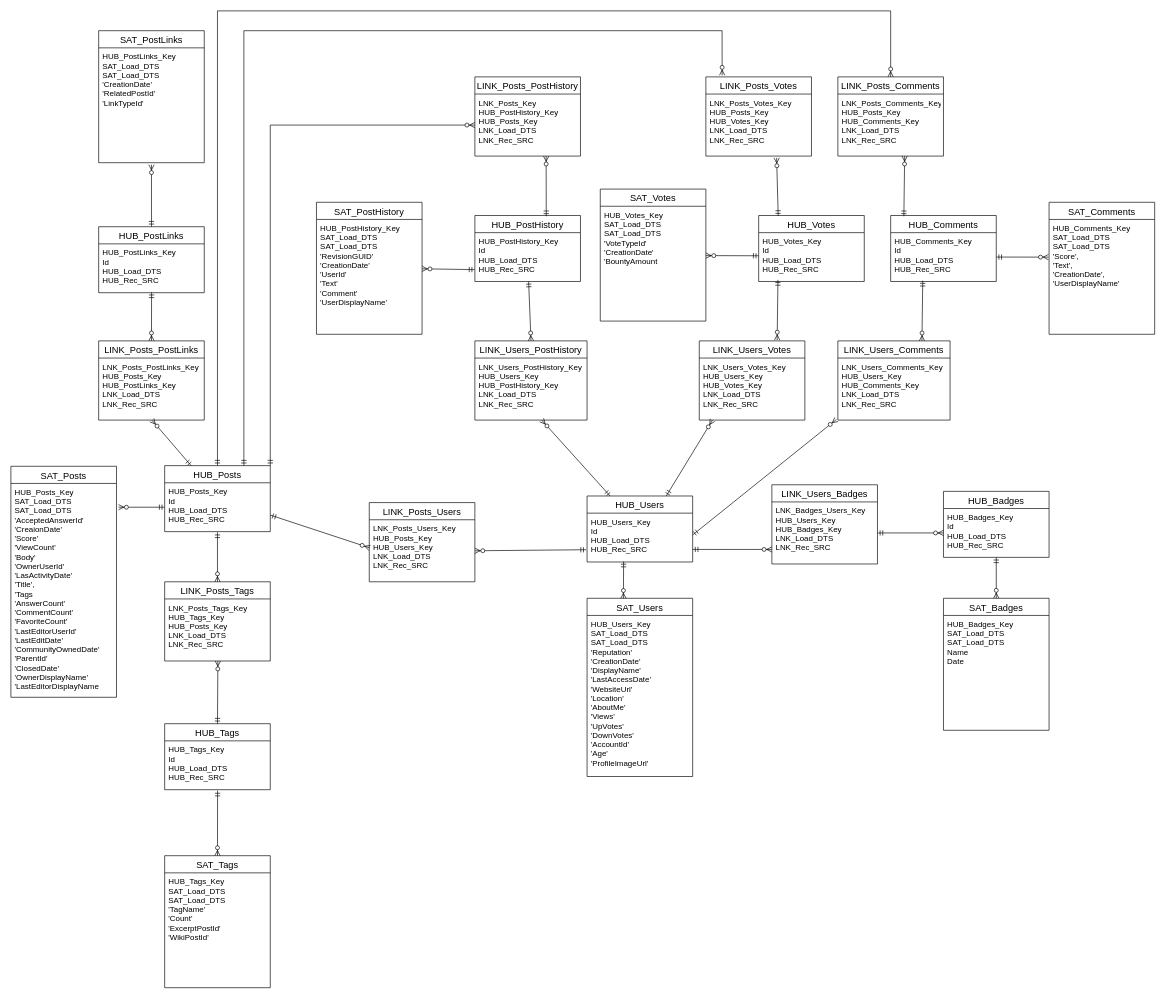
Before: DataVault.drawio in Alvesender/BI-Mini-Project, a draw.io diagram. Source tidied: cells renumbered, new cells numbered last; positions are measured from the earlier drawing's top-left corner, leaving out a move shared by most shapes. Both pictures are drawn from the tidied source at 66%, with x=0, y=0 at pixel (11, 11).
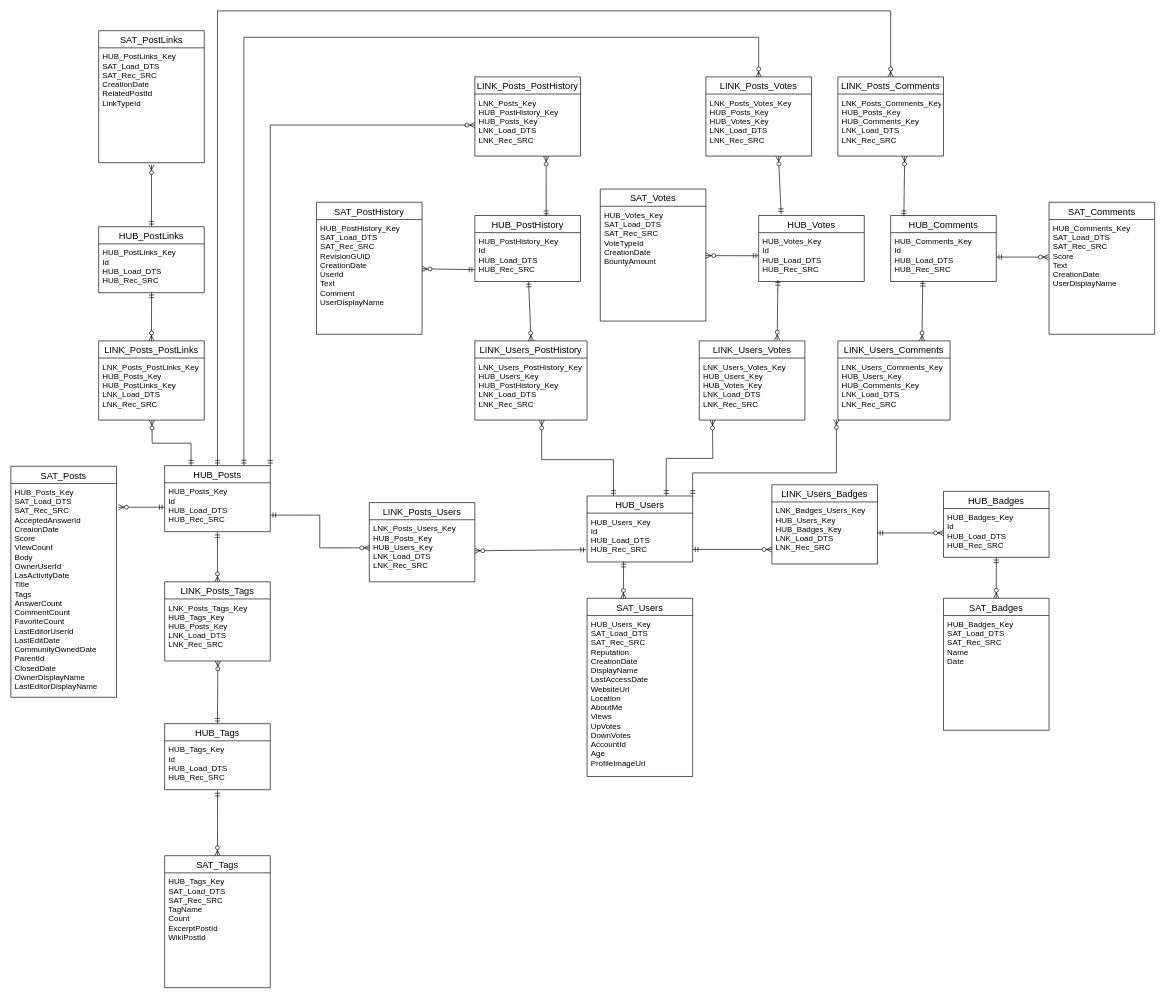
The same page after the edit.

Unchanged cells that the change refers to:
```xml
<mxCell id="8" value="HUB_Votes" style="swimlane;fontStyle=0;horizontal=1;startSize=26;align=center;fontSize=14;" parent="1" vertex="1">
  <mxGeometry x="1133" y="310" width="160" height="100" as="geometry" />
</mxCell>
<mxCell id="10" value="HUB_Users" style="swimlane;fontStyle=0;horizontal=1;startSize=26;align=center;fontSize=14;" parent="1" vertex="1">
  <mxGeometry x="873" y="735" width="160" height="100" as="geometry" />
</mxCell>
<mxCell id="14" value="HUB_Posts" style="swimlane;fontStyle=0;horizontal=1;startSize=26;align=center;fontSize=14;" parent="1" vertex="1">
  <mxGeometry x="233" y="689" width="160" height="100" as="geometry" />
</mxCell>
<mxCell id="15" value="HUB_Posts_Key&#10;Id&#10;HUB_Load_DTS&#10;HUB_Rec_SRC" style="text;strokeColor=none;fillColor=none;spacingLeft=4;spacingRight=4;overflow=hidden;points=[[0,0.5],[1,0.5]];portConstraint=eastwest;fontSize=12;" parent="14" vertex="1">
  <mxGeometry y="26" width="160" height="74" as="geometry" />
</mxCell>
<mxCell id="21" value="LNK_Posts_Users_Key&#10;HUB_Posts_Key&#10;HUB_Users_Key&#10;LNK_Load_DTS&#10;LNK_Rec_SRC" style="text;strokeColor=none;fillColor=none;spacingLeft=4;spacingRight=4;overflow=hidden;points=[[0,0.5],[1,0.5]];portConstraint=eastwest;fontSize=12;" parent="20" vertex="1">
  <mxGeometry y="26" width="160" height="94" as="geometry" />
</mxCell>
<mxCell id="25" value="LNK_Users_Comments_Key&#10;HUB_Users_Key&#10;HUB_Comments_Key&#10;LNK_Load_DTS&#10;LNK_Rec_SRC" style="text;strokeColor=none;fillColor=none;spacingLeft=4;spacingRight=4;overflow=hidden;points=[[0,0.5],[1,0.5]];portConstraint=eastwest;fontSize=12;" parent="24" vertex="1">
  <mxGeometry y="26" width="170" height="94" as="geometry" />
</mxCell>
<mxCell id="30" value="LINK_Posts_Votes" style="swimlane;fontStyle=0;horizontal=1;startSize=26;align=center;fontSize=14;" parent="1" vertex="1">
  <mxGeometry x="1053" y="100" width="160" height="120" as="geometry" />
</mxCell>
<mxCell id="31" value="LNK_Posts_Votes_Key&#10;HUB_Posts_Key&#10;HUB_Votes_Key&#10;LNK_Load_DTS&#10;LNK_Rec_SRC" style="text;strokeColor=none;fillColor=none;spacingLeft=4;spacingRight=4;overflow=hidden;points=[[0,0.5],[1,0.5]];portConstraint=eastwest;fontSize=12;" parent="30" vertex="1">
  <mxGeometry y="26" width="160" height="94" as="geometry" />
</mxCell>
<mxCell id="58" value="SAT_Votes" style="swimlane;fontStyle=0;horizontal=1;startSize=26;align=center;fontSize=14;" parent="1" vertex="1">
  <mxGeometry x="893" y="270" width="160" height="200" as="geometry" />
</mxCell>
<mxCell id="60" value="SAT_Posts" style="swimlane;fontStyle=0;horizontal=1;startSize=26;align=center;fontSize=14;" parent="1" vertex="1">
  <mxGeometry y="690" width="160" height="350" as="geometry" />
</mxCell>
<mxCell id="62" value="SAT_PostHistory" style="swimlane;fontStyle=0;horizontal=1;startSize=26;align=center;fontSize=14;" parent="1" vertex="1">
  <mxGeometry x="463" y="290" width="160" height="200" as="geometry" />
</mxCell>
<mxCell id="64" value="SAT_PostLinks" style="swimlane;fontStyle=0;horizontal=1;startSize=26;align=center;fontSize=14;" parent="1" vertex="1">
  <mxGeometry x="133" y="30" width="160" height="200" as="geometry" />
</mxCell>
<mxCell id="66" value="SAT_Comments" style="swimlane;fontStyle=0;horizontal=1;startSize=26;align=center;fontSize=14;" parent="1" vertex="1">
  <mxGeometry x="1573" y="290" width="160" height="200" as="geometry" />
</mxCell>
<mxCell id="68" value="SAT_Tags" style="swimlane;fontStyle=0;horizontal=1;startSize=26;align=center;fontSize=14;" parent="1" vertex="1">
  <mxGeometry x="233" y="1280" width="160" height="200" as="geometry" />
</mxCell>
<mxCell id="70" value="SAT_Badges" style="swimlane;fontStyle=0;horizontal=1;startSize=26;align=center;fontSize=14;" parent="1" vertex="1">
  <mxGeometry x="1413" y="890" width="160" height="200" as="geometry" />
</mxCell>
<mxCell id="72" value="SAT_Users" style="swimlane;fontStyle=0;horizontal=1;startSize=26;align=center;fontSize=14;" parent="1" vertex="1">
  <mxGeometry x="873" y="890" width="160" height="270" as="geometry" />
</mxCell>
```

Diff of the diagram source:
```diff
@@
-    <mxCell id="38" style="fontSize=12;html=1;endArrow=ERzeroToMany;startArrow=ERmandOne;rounded=0;strokeColor=default;jumpStyle=none;entryX=-0.013;entryY=0.99;entryDx=0;entryDy=0;entryPerimeter=0;" parent="1" edge="1" target="25">
+    <mxCell id="38" style="fontSize=12;html=1;endArrow=ERzeroToMany;startArrow=ERmandOne;rounded=0;strokeColor=default;jumpStyle=none;entryX=-0.013;entryY=0.99;entryDx=0;entryDy=0;entryPerimeter=0;edgeStyle=orthogonalEdgeStyle;exitX=1;exitY=0;exitDx=0;exitDy=0;" parent="1" edge="1" source="10" target="25">
       <mxGeometry relative="1" as="geometry">
-        <mxPoint x="1033" y="794" as="sourcePoint" />
+        <Array as="points">
+          <mxPoint x="1033" y="700" />
+          <mxPoint x="1251" y="700" />
+        </Array>
       </mxGeometry>
     </mxCell>
@@
-    <mxCell id="41" style="fontSize=12;html=1;endArrow=ERzeroToMany;startArrow=ERmandOne;rounded=0;strokeColor=default;jumpStyle=none;exitX=0.185;exitY=0.008;exitDx=0;exitDy=0;exitPerimeter=0;entryX=0.67;entryY=1.028;entryDx=0;entryDy=0;entryPerimeter=0;" parent="1" edge="1" source="8" target="31">
-      <mxGeometry relative="1" as="geometry" />
+    <mxCell id="41" style="fontSize=12;html=1;endArrow=ERzeroToMany;startArrow=ERmandOne;rounded=0;strokeColor=default;jumpStyle=none;exitX=0.213;exitY=-0.02;exitDx=0;exitDy=0;exitPerimeter=0;" parent="1" edge="1" source="8">
+      <mxGeometry relative="1" as="geometry">
+        <mxPoint x="1163" y="220" as="targetPoint" />
+      </mxGeometry>
     </mxCell>
@@
-    <mxCell id="45" style="fontSize=12;html=1;endArrow=ERzeroToMany;startArrow=ERmandOne;rounded=0;strokeColor=default;jumpStyle=none;entryX=0.154;entryY=-0.02;entryDx=0;entryDy=0;entryPerimeter=0;edgeStyle=orthogonalEdgeStyle;exitX=0.75;exitY=0;exitDx=0;exitDy=0;" parent="1" edge="1" source="14" target="30">
+    <mxCell id="45" style="fontSize=12;html=1;endArrow=ERzeroToMany;startArrow=ERmandOne;rounded=0;strokeColor=default;jumpStyle=none;entryX=0.5;entryY=0;entryDx=0;entryDy=0;edgeStyle=orthogonalEdgeStyle;exitX=0.75;exitY=0;exitDx=0;exitDy=0;" parent="1" edge="1" source="14" target="30">
       <mxGeometry relative="1" as="geometry">
         <Array as="points">
-          <mxPoint x="353" y="30" />
-          <mxPoint x="1078" y="30" />
+          <mxPoint x="353" y="40" />
+          <mxPoint x="1133" y="40" />
         </Array>
       </mxGeometry>
     </mxCell>
@@
-    <mxCell id="49" style="fontSize=12;html=1;endArrow=ERzeroToMany;startArrow=ERmandOne;rounded=0;strokeColor=default;jumpStyle=none;exitX=1.001;exitY=0.662;exitDx=0;exitDy=0;exitPerimeter=0;entryX=0.004;entryY=0.453;entryDx=0;entryDy=0;entryPerimeter=0;" parent="1" edge="1" source="15" target="21">
+    <mxCell id="49" style="fontSize=12;html=1;endArrow=ERzeroToMany;startArrow=ERmandOne;rounded=0;strokeColor=default;jumpStyle=none;exitX=1.001;exitY=0.662;exitDx=0;exitDy=0;exitPerimeter=0;entryX=0.004;entryY=0.453;entryDx=0;entryDy=0;entryPerimeter=0;edgeStyle=orthogonalEdgeStyle;" parent="1" edge="1" source="15" target="21">
       <mxGeometry relative="1" as="geometry" />
     </mxCell>
-    <mxCell id="50" style="fontSize=12;html=1;endArrow=ERzeroToMany;startArrow=ERmandOne;rounded=0;strokeColor=default;jumpStyle=none;" parent="1" edge="1" source="10">
+    <mxCell id="50" style="fontSize=12;html=1;endArrow=ERzeroToMany;startArrow=ERmandOne;rounded=0;strokeColor=default;jumpStyle=none;edgeStyle=orthogonalEdgeStyle;" parent="1" edge="1" source="10">
       <mxGeometry relative="1" as="geometry">
         <mxPoint x="804.2" y="620" as="targetPoint" />
+        <Array as="points">
+          <mxPoint x="913" y="680" />
+          <mxPoint x="804" y="680" />
+        </Array>
       </mxGeometry>
     </mxCell>
-    <mxCell id="51" style="fontSize=12;html=1;endArrow=ERzeroToMany;startArrow=ERmandOne;rounded=0;strokeColor=default;jumpStyle=none;exitX=0.75;exitY=0;exitDx=0;exitDy=0;" parent="1" edge="1" source="10">
+    <mxCell id="51" style="fontSize=12;html=1;endArrow=ERzeroToMany;startArrow=ERmandOne;rounded=0;strokeColor=default;jumpStyle=none;exitX=0.75;exitY=0;exitDx=0;exitDy=0;edgeStyle=orthogonalEdgeStyle;" parent="1" edge="1" source="10">
       <mxGeometry relative="1" as="geometry">
         <mxPoint x="1063" y="620" as="targetPoint" />
       </mxGeometry>
     </mxCell>
@@
-    <mxCell id="56" style="fontSize=12;html=1;endArrow=ERzeroToMany;startArrow=ERmandOne;rounded=0;strokeColor=default;jumpStyle=none;exitX=0.25;exitY=0;exitDx=0;exitDy=0;" parent="1" edge="1" source="14">
+    <mxCell id="56" style="fontSize=12;html=1;endArrow=ERzeroToMany;startArrow=ERmandOne;rounded=0;strokeColor=default;jumpStyle=none;exitX=0.25;exitY=0;exitDx=0;exitDy=0;edgeStyle=orthogonalEdgeStyle;" parent="1" edge="1" source="14">
       <mxGeometry relative="1" as="geometry">
         <mxPoint x="213.6" y="620" as="targetPoint" />
       </mxGeometry>
     </mxCell>
@@
-    <mxCell id="59" value="HUB_Votes_Key&#10;SAT_Load_DTS&#10;SAT_Load_DTS&#10;'VoteTypeId'&#10;'CreationDate'&#10;'BountyAmount&#10;" style="text;strokeColor=none;fillColor=none;spacingLeft=4;spacingRight=4;overflow=hidden;fontSize=12;" parent="58" vertex="1">
+    <mxCell id="59" value="HUB_Votes_Key&#10;SAT_Load_DTS&#10;SAT_Rec_SRC&#10;VoteTypeId&#10;CreationDate&#10;BountyAmount&#10;" style="text;strokeColor=none;fillColor=none;spacingLeft=4;spacingRight=4;overflow=hidden;fontSize=12;" parent="58" vertex="1">
       <mxGeometry y="26" width="160" height="174" as="geometry" />
     </mxCell>
@@
-    <mxCell id="61" value="HUB_Posts_Key&#10;SAT_Load_DTS&#10;SAT_Load_DTS&#10;'AcceptedAnswerId'&#10;'CreaionDate'&#10;'Score'&#10;'ViewCount'&#10;'Body'&#10;'OwnerUserId'&#10;'LasActivityDate'&#10;'Title',&#10;'Tags&#10;'AnswerCount'&#10;'CommentCount'&#10;'FavoriteCount'&#10;'LastEditorUserId'&#10;'LastEditDate'&#10;'CommunityOwnedDate'&#10;'ParentId'&#10;'ClosedDate'&#10;'OwnerDisplayName'&#10;'LastEditorDisplayName&#10;" style="text;strokeColor=none;fillColor=none;spacingLeft=4;spacingRight=4;overflow=hidden;fontSize=12;" parent="60" vertex="1">
+    <mxCell id="61" value="HUB_Posts_Key&#10;SAT_Load_DTS&#10;SAT_Rec_SRC&#10;AcceptedAnswerId&#10;CreaionDate&#10;Score&#10;ViewCount&#10;Body&#10;OwnerUserId&#10;LasActivityDate&#10;Title&#10;Tags&#10;AnswerCount&#10;CommentCount&#10;FavoriteCount&#10;LastEditorUserId&#10;LastEditDate&#10;CommunityOwnedDate&#10;ParentId&#10;ClosedDate&#10;OwnerDisplayName&#10;LastEditorDisplayName&#10;" style="text;strokeColor=none;fillColor=none;spacingLeft=4;spacingRight=4;overflow=hidden;fontSize=12;" parent="60" vertex="1">
       <mxGeometry y="26" width="160" height="324" as="geometry" />
     </mxCell>
@@
-    <mxCell id="63" value="HUB_PostHistory_Key&#10;SAT_Load_DTS&#10;SAT_Load_DTS&#10;'RevisionGUID'&#10;'CreationDate'&#10;'UserId'&#10;'Text'&#10;'Comment'&#10;'UserDisplayName'&#10;" style="text;strokeColor=none;fillColor=none;spacingLeft=4;spacingRight=4;overflow=hidden;fontSize=12;" parent="62" vertex="1">
+    <mxCell id="63" value="HUB_PostHistory_Key&#10;SAT_Load_DTS&#10;SAT_Rec_SRC&#10;RevisionGUID&#10;CreationDate&#10;UserId&#10;Text&#10;Comment&#10;UserDisplayName&#10;" style="text;strokeColor=none;fillColor=none;spacingLeft=4;spacingRight=4;overflow=hidden;fontSize=12;" parent="62" vertex="1">
       <mxGeometry y="26" width="160" height="174" as="geometry" />
     </mxCell>
@@
-    <mxCell id="65" value="HUB_PostLinks_Key&#10;SAT_Load_DTS&#10;SAT_Load_DTS&#10;'CreationDate'&#10;'RelatedPostId'&#10;'LinkTypeId'&#10;" style="text;strokeColor=none;fillColor=none;spacingLeft=4;spacingRight=4;overflow=hidden;points=[[0,0.5],[1,0.5]];portConstraint=eastwest;fontSize=12;" parent="64" vertex="1">
+    <mxCell id="65" value="HUB_PostLinks_Key&#10;SAT_Load_DTS&#10;SAT_Rec_SRC&#10;CreationDate&#10;RelatedPostId&#10;LinkTypeId&#10;" style="text;strokeColor=none;fillColor=none;spacingLeft=4;spacingRight=4;overflow=hidden;points=[[0,0.5],[1,0.5]];portConstraint=eastwest;fontSize=12;" parent="64" vertex="1">
       <mxGeometry y="26" width="160" height="174" as="geometry" />
     </mxCell>
@@
-    <mxCell id="67" value="HUB_Comments_Key&#10;SAT_Load_DTS&#10;SAT_Load_DTS&#10;'Score',&#10;'Text',&#10;'CreationDate',&#10;'UserDisplayName'&#10;" style="text;strokeColor=none;fillColor=none;spacingLeft=4;spacingRight=4;overflow=hidden;points=[[0,0.5],[1,0.5]];portConstraint=eastwest;fontSize=12;" parent="66" vertex="1">
+    <mxCell id="67" value="HUB_Comments_Key&#10;SAT_Load_DTS&#10;SAT_Rec_SRC&#10;Score&#10;Text&#10;CreationDate&#10;UserDisplayName&#10;" style="text;strokeColor=none;fillColor=none;spacingLeft=4;spacingRight=4;overflow=hidden;points=[[0,0.5],[1,0.5]];portConstraint=eastwest;fontSize=12;" parent="66" vertex="1">
       <mxGeometry y="26" width="160" height="174" as="geometry" />
     </mxCell>
@@
-    <mxCell id="69" value="HUB_Tags_Key&#10;SAT_Load_DTS&#10;SAT_Load_DTS&#10;'TagName'&#10;'Count'&#10;'ExcerptPostId'&#10;'WikiPostId'&#10;" style="text;strokeColor=none;fillColor=none;spacingLeft=4;spacingRight=4;overflow=hidden;fontSize=12;" parent="68" vertex="1">
+    <mxCell id="69" value="HUB_Tags_Key&#10;SAT_Load_DTS&#10;SAT_Rec_SRC&#10;TagName&#10;Count&#10;ExcerptPostId&#10;WikiPostId&#10;" style="text;strokeColor=none;fillColor=none;spacingLeft=4;spacingRight=4;overflow=hidden;fontSize=12;" parent="68" vertex="1">
       <mxGeometry y="26" width="160" height="174" as="geometry" />
     </mxCell>
@@
-    <mxCell id="71" value="HUB_Badges_Key&#10;SAT_Load_DTS&#10;SAT_Load_DTS&#10;Name&#10;Date&#10;" style="text;strokeColor=none;fillColor=none;spacingLeft=4;spacingRight=4;overflow=hidden;fontSize=12;" parent="70" vertex="1">
+    <mxCell id="71" value="HUB_Badges_Key&#10;SAT_Load_DTS&#10;SAT_Rec_SRC&#10;Name&#10;Date&#10;" style="text;strokeColor=none;fillColor=none;spacingLeft=4;spacingRight=4;overflow=hidden;fontSize=12;" parent="70" vertex="1">
       <mxGeometry y="26" width="160" height="174" as="geometry" />
     </mxCell>
@@
-    <mxCell id="73" value="HUB_Users_Key&#10;SAT_Load_DTS&#10;SAT_Load_DTS&#10;'Reputation'&#10;'CreationDate'&#10;'DisplayName'&#10;'LastAccessDate'&#10;'WebsiteUrl'&#10;'Location'&#10;'AboutMe'&#10;'Views'&#10;'UpVotes'&#10;'DownVotes'&#10;'AccountId'&#10;'Age'&#10;'ProfileImageUrl'&#10;" style="text;strokeColor=none;fillColor=none;spacingLeft=4;spacingRight=4;overflow=hidden;fontSize=12;" parent="72" vertex="1">
+    <mxCell id="73" value="HUB_Users_Key&#10;SAT_Load_DTS&#10;SAT_Rec_SRC&#10;Reputation&#10;CreationDate&#10;DisplayName&#10;LastAccessDate&#10;WebsiteUrl&#10;Location&#10;AboutMe&#10;Views&#10;UpVotes&#10;DownVotes&#10;AccountId&#10;Age&#10;ProfileImageUrl&#10;" style="text;strokeColor=none;fillColor=none;spacingLeft=4;spacingRight=4;overflow=hidden;fontSize=12;" parent="72" vertex="1">
       <mxGeometry y="26" width="160" height="244" as="geometry" />
     </mxCell>
```
